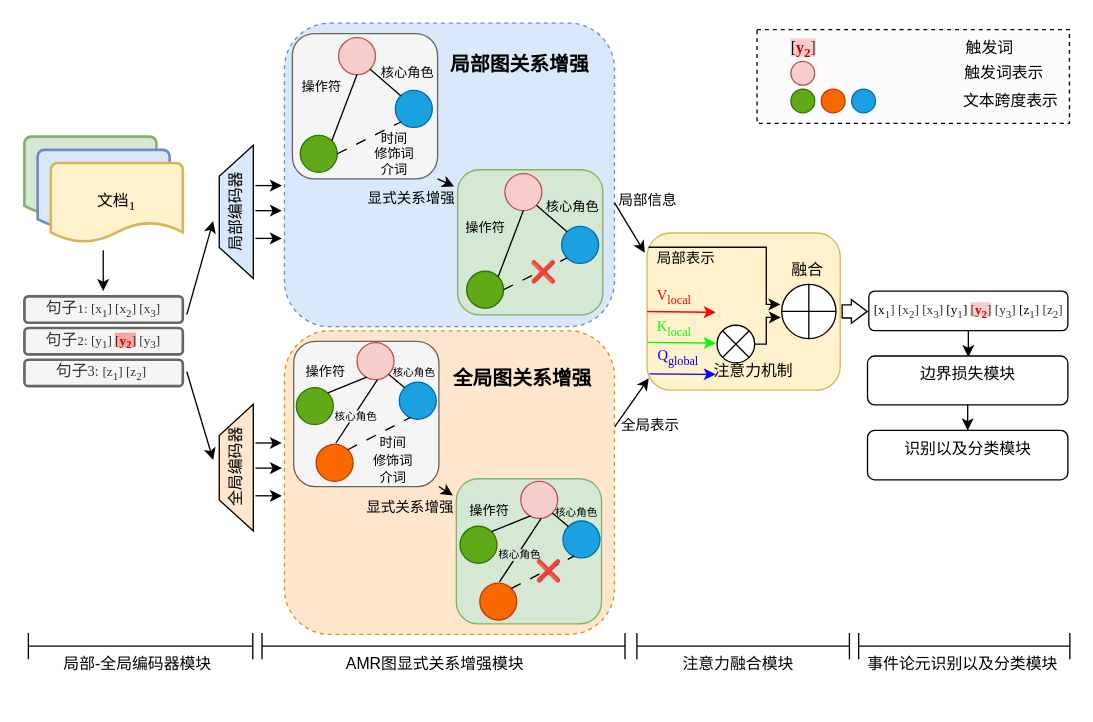
Earlier version of the draw.io diagram work1/model-中文版.drawio (crawlerWPS/drawing). Source tidied: cells renumbered, new cells numbered last; positions are measured from the earlier drawing's top-left corner, leaving out a move shared by most shapes. Both pictures are drawn from the tidied source at 132%, with x=0, y=0 at pixel (24, 22).
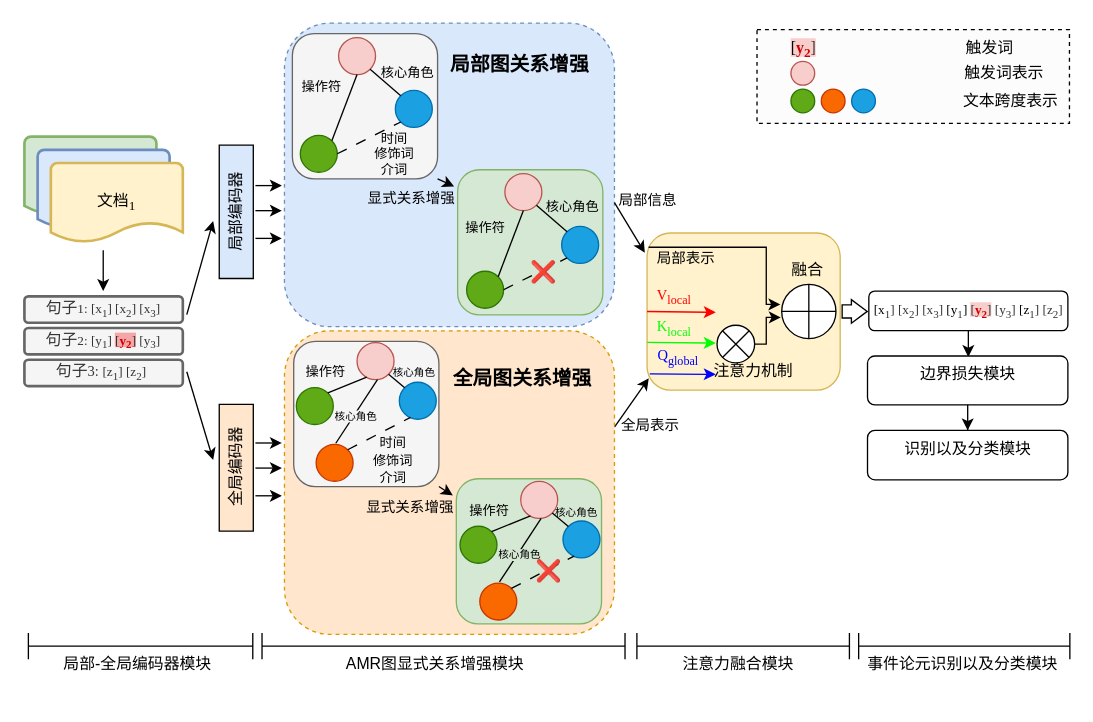
Above is the later version.

Commit message:
更新model-中文版.drawio

The edit, as a diff of the source:
```diff
@@
-    <mxCell id="105" value="&lt;font face=&quot;宋体-简&quot;&gt;局部编码器&lt;/font&gt;" style="shape=trapezoid;perimeter=trapezoidPerimeter;whiteSpace=wrap;html=1;fixedSize=1;rotation=-90;size=23.600000000000023;fillColor=#dae8fc;" parent="1" vertex="1">
+    <mxCell id="105" value="&lt;font face=&quot;宋体-简&quot;&gt;局部编码器&lt;/font&gt;" style="shape=trapezoid;perimeter=trapezoidPerimeter;whiteSpace=wrap;html=1;fixedSize=1;rotation=-90;size=-13;fillColor=#dae8fc;" parent="1" vertex="1">
       <mxGeometry x="110" y="130.1" width="101" height="25.8" as="geometry" />
     </mxCell>
-    <mxCell id="106" value="&lt;font face=&quot;Times New Roman&quot;&gt;全局编码器&lt;/font&gt;" style="shape=trapezoid;perimeter=trapezoidPerimeter;whiteSpace=wrap;html=1;fixedSize=1;rotation=-90;size=23.600000000000023;fillColor=#ffe6cc;" parent="1" vertex="1">
+    <mxCell id="106" value="&lt;font face=&quot;Times New Roman&quot;&gt;全局编码器&lt;/font&gt;" style="shape=trapezoid;perimeter=trapezoidPerimeter;whiteSpace=wrap;html=1;fixedSize=1;rotation=-90;size=-5.5;fillColor=#ffe6cc;" parent="1" vertex="1">
       <mxGeometry x="112.5" y="323.9" width="96" height="25.8" as="geometry" />
     </mxCell>
```
